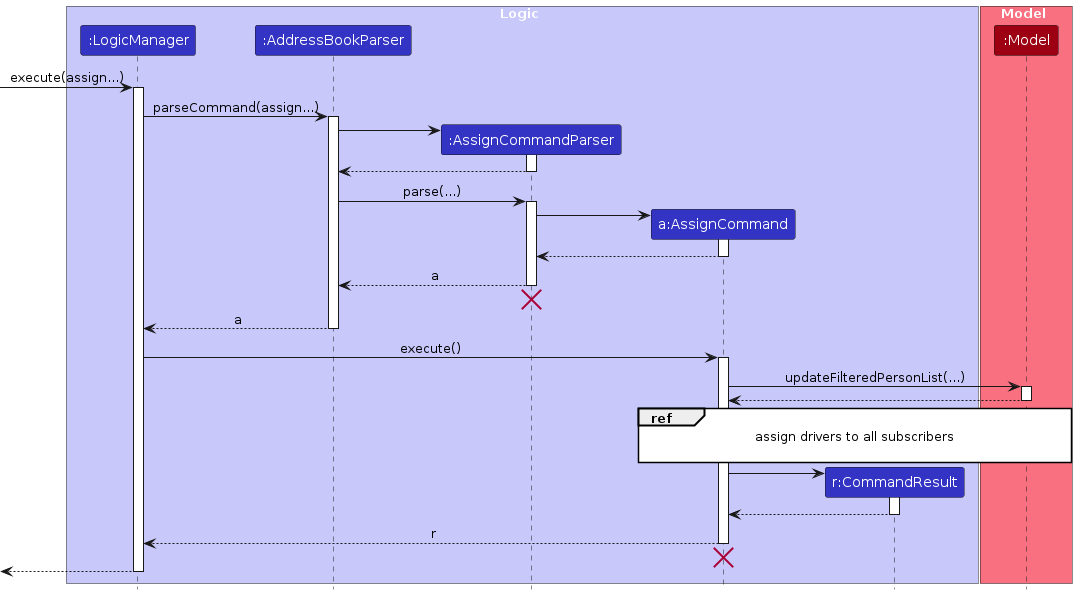
The PlantUML diagram diagrams/AssignCommandSequence.png in lemonishi/tp, before a commit. Its source is kept beside it as diagrams/AssignCommandSequence.puml. The source it was exported from:
```plantuml
@startuml
!include style.puml
skinparam ArrowFontStyle plain
skinparam sequenceReferenceBackgroundColor #7807c

box Logic LOGIC_COLOR_T1
participant ":LogicManager" as LogicManager LOGIC_COLOR
participant ":AddressBookParser" as AddressBookParser LOGIC_COLOR
participant ":AssignCommandParser" as AssignCommandParser LOGIC_COLOR
participant "a:AssignCommand" as AssignCommand LOGIC_COLOR
participant "r:CommandResult" as CommandResult LOGIC_COLOR
end box

box Model MODEL_COLOR_T1
participant ":Model" as Model MODEL_COLOR
end box
[-> LogicManager : execute(assign...)
activate LogicManager

LogicManager -> AddressBookParser : parseCommand(assign...)
activate AddressBookParser

create AssignCommandParser
AddressBookParser -> AssignCommandParser
activate AssignCommandParser

AssignCommandParser --> AddressBookParser
deactivate AssignCommandParser

AddressBookParser -> AssignCommandParser : parse(...)
activate AssignCommandParser

create AssignCommand
AssignCommandParser -> AssignCommand
activate AssignCommand

AssignCommand --> AssignCommandParser :
deactivate AssignCommand

AssignCommandParser --> AddressBookParser : a
deactivate AssignCommandParser
AssignCommandParser -[hidden]-> AddressBookParser
destroy AssignCommandParser

AddressBookParser --> LogicManager : a
deactivate AddressBookParser

LogicManager -> AssignCommand : execute()
activate AssignCommand

AssignCommand -> Model : updateFilteredPersonList(...)
activate Model

Model --> AssignCommand
deactivate Model

ref over AssignCommand, Model
    assign drivers to all subscribers

end ref

create CommandResult
AssignCommand -> CommandResult
activate CommandResult

CommandResult --> AssignCommand
deactivate CommandResult

AssignCommand --> LogicManager : r
deactivate AssignCommand
LogicManager -[hidden]-> AssignCommand
destroy AssignCommand

[<--LogicManager
deactivate LogicManager
@enduml
```
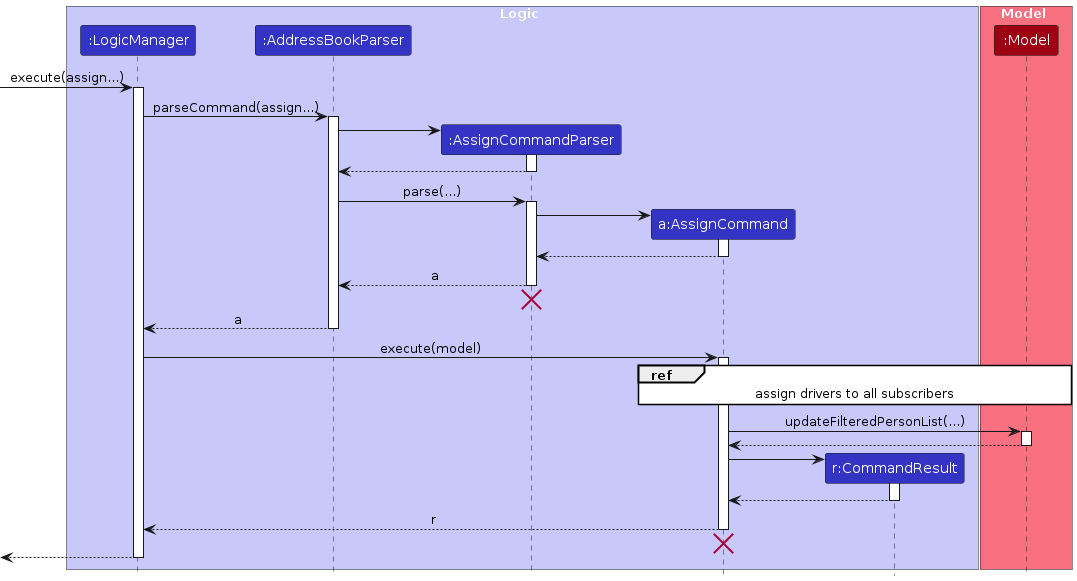
After the change.

What changed in the source:
```diff
@@ -45,8 +45,12 @@
 AddressBookParser --> LogicManager : a
 deactivate AddressBookParser
 
-LogicManager -> AssignCommand : execute()
+LogicManager -> AssignCommand : execute(model)
 activate AssignCommand
+
+ref over AssignCommand, Model
+    assign drivers to all subscribers
+end ref
 
 AssignCommand -> Model : updateFilteredPersonList(...)
 activate Model
@@ -54,12 +58,8 @@
 Model --> AssignCommand
 deactivate Model
 
-ref over AssignCommand, Model
-    assign drivers to all subscribers
+create CommandResult
 
-end ref
-
-create CommandResult
 AssignCommand -> CommandResult
 activate CommandResult
 
```
